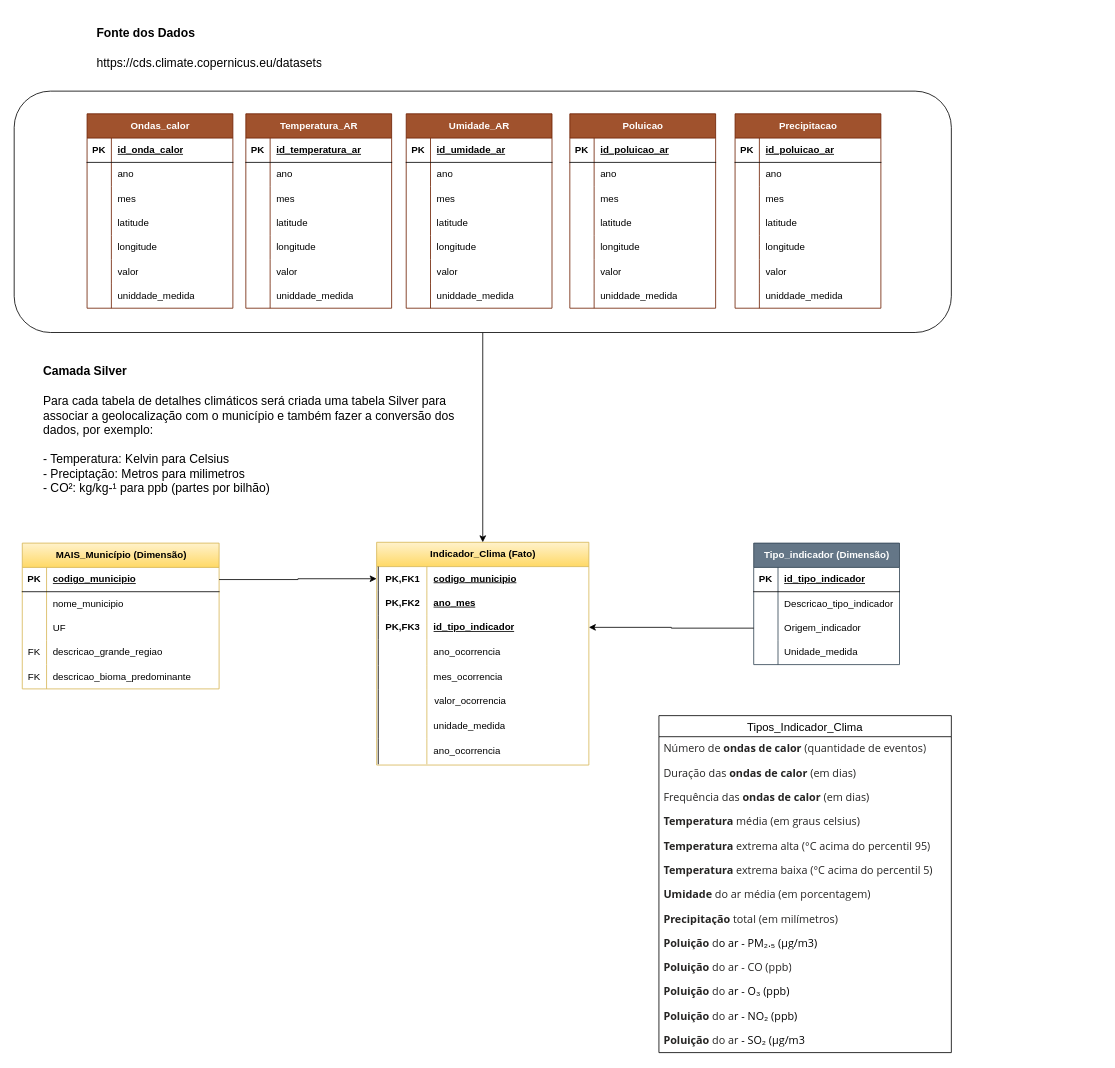
marcoconti/mais_einstein keeps this draw.io diagram as Ondas_Calor/MER_Clima.drawio. Above is the earlier version. Source tidied: cells renumbered, new cells numbered last; positions are measured from the earlier drawing's top-left corner, leaving out a move shared by most shapes. Both pictures are drawn from the tidied source at 81%, with x=0, y=0 at pixel (14, 14).
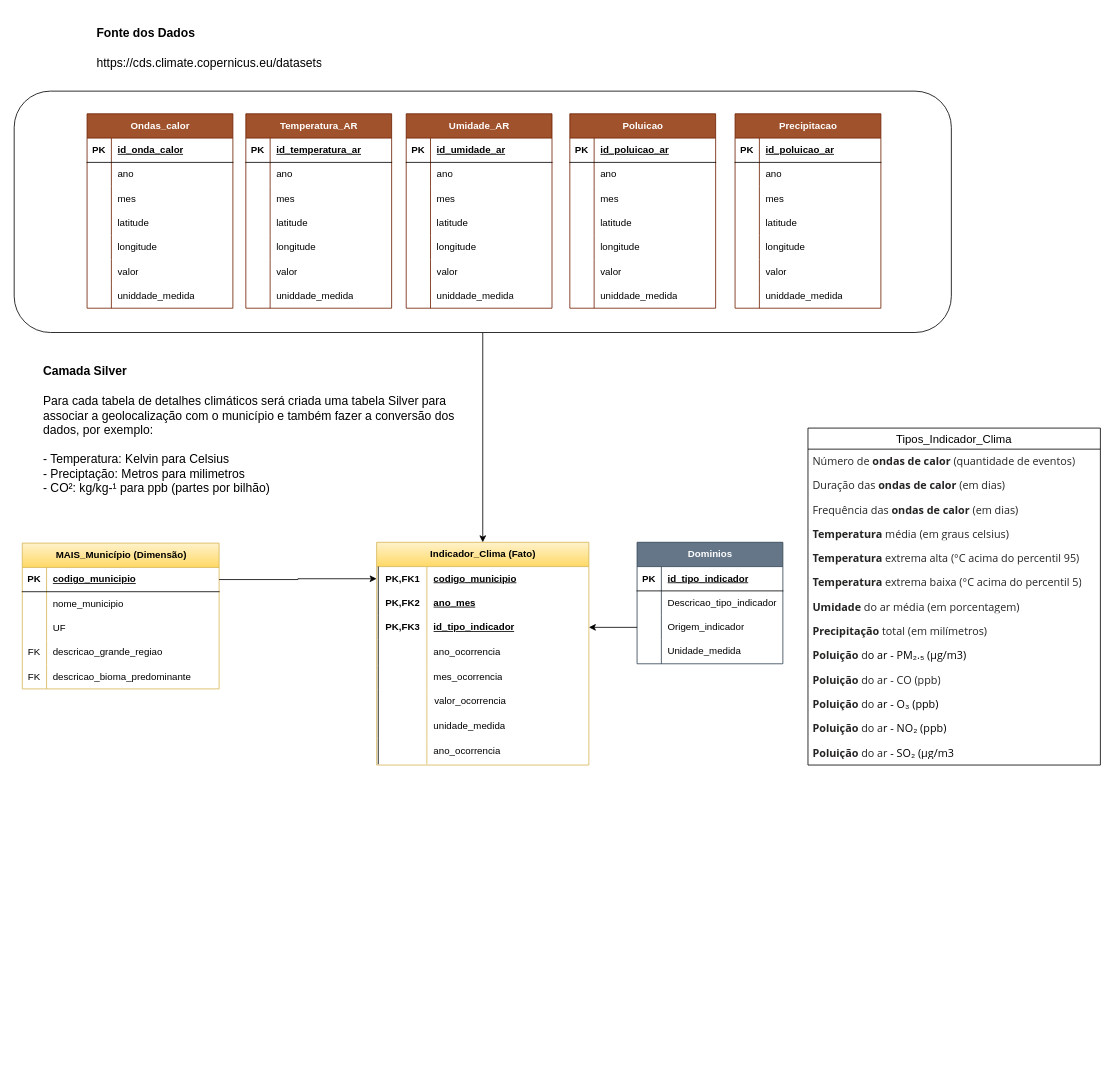
The same diagram, later.

Change to the diagram source:
```diff
@@
     <mxCell id="18" value="Tipos_Indicador_Clima" style="swimlane;fontStyle=0;horizontal=1;startSize=26;align=center;fontSize=14;" parent="1" vertex="1">
-      <mxGeometry x="796" y="866" width="361" height="416" as="geometry" />
+      <mxGeometry x="980" y="511" width="361" height="416" as="geometry" />
     </mxCell>
@@
-    <mxCell id="32" value="Tipo_indicador (Dimensão)" style="shape=table;startSize=30;childLayout=tableLayout;rowLines=0;fontStyle=1;align=center;html=1;fillColor=#647687;fontColor=#ffffff;strokeColor=#314354;" parent="1" vertex="1">
-      <mxGeometry x="913" y="653" width="180" height="150" as="geometry" />
+    <mxCell id="32" value="Dominios" style="shape=table;startSize=30;childLayout=tableLayout;rowLines=0;fontStyle=1;align=center;html=1;fillColor=#647687;fontColor=#ffffff;strokeColor=#314354;" parent="1" vertex="1">
+      <mxGeometry x="769" y="652" width="180" height="150" as="geometry" />
     </mxCell>
```
